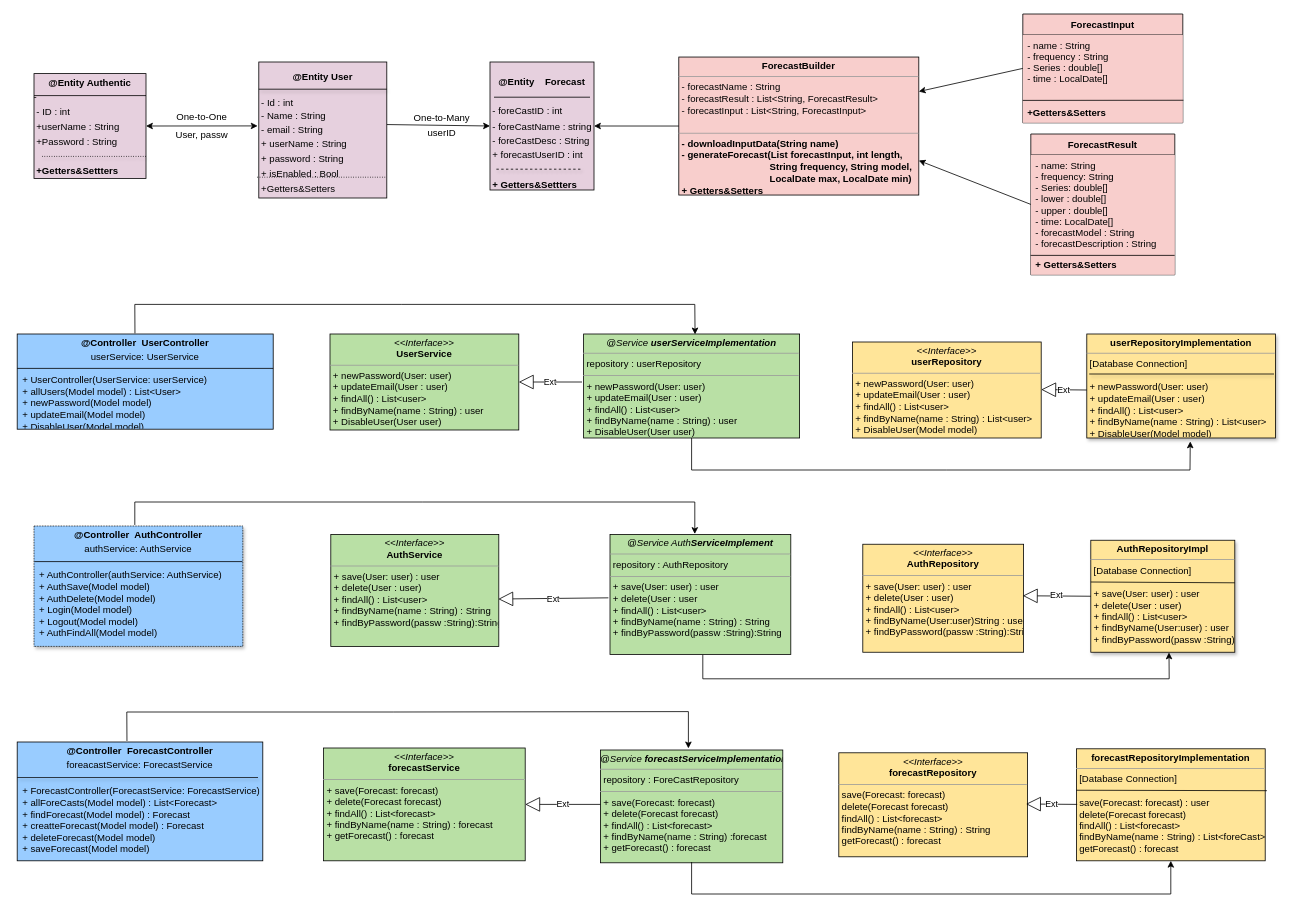
Before: Class diagram/ClassDiagramV6.drawio in HBV501Group8/Verkefni, a draw.io diagram. Source tidied: cells renumbered, new cells numbered last; positions are measured from the earlier drawing's top-left corner, leaving out a move shared by most shapes. Both pictures are drawn from the tidied source at 80%, with x=0, y=0 at pixel (17, 14).
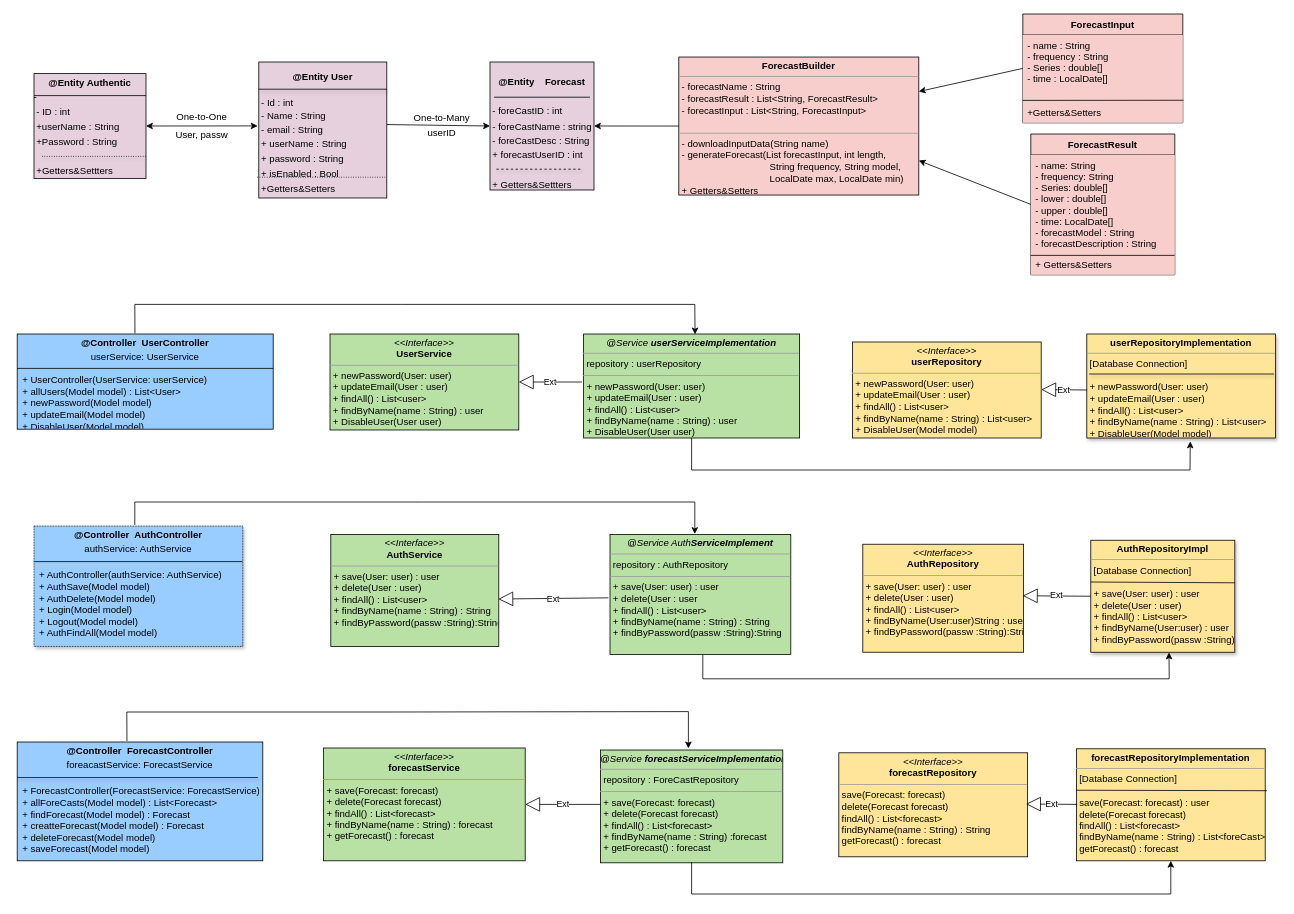
Above is the later version.

Unchanged cells that the change refers to:
```xml
<mxCell id="10" value="ForecastInput" style="swimlane;fontStyle=1;align=center;verticalAlign=top;horizontal=1;startSize=26;fillColor=#F8CECC;" parent="1" vertex="1">
  <mxGeometry x="1257" width="200" height="136" as="geometry" />
</mxCell>
<mxCell id="41" value="ForecastResult" style="swimlane;fontStyle=1;align=center;verticalAlign=top;horizontal=1;startSize=26;fillColor=#F8CECC;" parent="1" vertex="1">
  <mxGeometry x="1267" y="150" width="180" height="176" as="geometry" />
</mxCell>
```

What changed in the source:
```diff
@@
-    <mxCell id="9" value="&lt;p style=&quot;margin: 0px ; margin-top: 4px ; text-align: center&quot;&gt;&lt;br&gt;&lt;b&gt;@Entity&amp;nbsp; &amp;nbsp; Forecast&lt;/b&gt;&lt;/p&gt;&lt;p style=&quot;margin: 4px 0px 0px&quot;&gt;&lt;b&gt;&lt;br&gt;&lt;/b&gt;&lt;/p&gt;&lt;p style=&quot;margin: 4px 0px 0px&quot;&gt;&amp;nbsp;- foreCastID : int&lt;/p&gt;&lt;p style=&quot;margin: 4px 0px 0px&quot;&gt;&amp;nbsp;- foreCastName : string&lt;/p&gt;&lt;p style=&quot;margin: 4px 0px 0px&quot;&gt;&amp;nbsp;- foreCastDesc : String&lt;/p&gt;&lt;p style=&quot;margin: 4px 0px 0px&quot;&gt;&amp;nbsp;+ forecastUserID : int&lt;/p&gt;&lt;p style=&quot;margin: 4px 0px 0px&quot;&gt;&lt;b&gt;&lt;br&gt;&lt;/b&gt;&lt;/p&gt;&lt;p style=&quot;margin: 4px 0px 0px&quot;&gt;&lt;b&gt;&amp;nbsp;+ Getters&amp;amp;Settters&amp;nbsp;&lt;/b&gt;&lt;/p&gt;" style="verticalAlign=top;align=left;overflow=fill;fontSize=12;fontFamily=Helvetica;html=1;shadow=0;fillColor=#E6D0DE;" parent="1" vertex="1">
+    <mxCell id="9" value="&lt;p style=&quot;margin: 0px ; margin-top: 4px ; text-align: center&quot;&gt;&lt;br&gt;&lt;b&gt;@Entity&amp;nbsp; &amp;nbsp; Forecast&lt;/b&gt;&lt;/p&gt;&lt;p style=&quot;margin: 4px 0px 0px&quot;&gt;&lt;b&gt;&lt;br&gt;&lt;/b&gt;&lt;/p&gt;&lt;p style=&quot;margin: 4px 0px 0px&quot;&gt;&amp;nbsp;- foreCastID : int&lt;/p&gt;&lt;p style=&quot;margin: 4px 0px 0px&quot;&gt;&amp;nbsp;- foreCastName : string&lt;/p&gt;&lt;p style=&quot;margin: 4px 0px 0px&quot;&gt;&amp;nbsp;- foreCastDesc : String&lt;/p&gt;&lt;p style=&quot;margin: 4px 0px 0px&quot;&gt;&amp;nbsp;+ forecastUserID : int&lt;/p&gt;&lt;p style=&quot;margin: 4px 0px 0px&quot;&gt;&lt;b&gt;&lt;br&gt;&lt;/b&gt;&lt;/p&gt;&lt;p style=&quot;margin: 4px 0px 0px&quot;&gt;&amp;nbsp;+ Getters&amp;amp;Settters&amp;nbsp;&lt;/p&gt;" style="verticalAlign=top;align=left;overflow=fill;fontSize=12;fontFamily=Helvetica;html=1;shadow=0;fillColor=#E6D0DE;" parent="1" vertex="1">
       <mxGeometry x="591" y="60" width="130" height="160" as="geometry" />
     </mxCell>
@@
-    <mxCell id="12" value="+Getters&amp;Setters" style="text;strokeColor=none;align=left;verticalAlign=top;spacingLeft=4;spacingRight=4;overflow=hidden;fontStyle=1;fillColor=#F8CECC;" parent="10" vertex="1">
+    <mxCell id="12" value="+Getters&amp;Setters" style="text;strokeColor=none;align=left;verticalAlign=top;spacingLeft=4;spacingRight=4;overflow=hidden;fontStyle=0;fillColor=#F8CECC;" parent="10" vertex="1">
       <mxGeometry y="110" width="200" height="26" as="geometry" />
     </mxCell>
@@
-    <mxCell id="24" value="&lt;p style=&quot;margin: 0px ; margin-top: 4px ; text-align: center&quot;&gt;&lt;b&gt;@Entity Authentic&lt;/b&gt;&lt;/p&gt;&lt;p style=&quot;margin: 4px 0px 0px&quot;&gt;&lt;span&gt;-&lt;/span&gt;&lt;/p&gt;&lt;p style=&quot;margin: 4px 0px 0px&quot;&gt;&lt;span&gt;&amp;nbsp;- ID : int&lt;/span&gt;&lt;br&gt;&lt;/p&gt;&lt;p style=&quot;margin: 4px 0px 0px&quot;&gt;&amp;nbsp;+userName : String&lt;span&gt;&lt;br&gt;&lt;/span&gt;&lt;/p&gt;&lt;p style=&quot;margin: 4px 0px 0px&quot;&gt;&lt;span&gt;&amp;nbsp;+Password : String&lt;/span&gt;&lt;br&gt;&lt;/p&gt;&lt;p style=&quot;margin: 4px 0px 0px&quot;&gt;&lt;br&gt;&lt;/p&gt;&lt;p style=&quot;margin: 4px 0px 0px&quot;&gt;&lt;b&gt;&amp;nbsp;+Getters&amp;amp;Settters&amp;nbsp;&lt;/b&gt;&lt;br&gt;&lt;/p&gt;" style="verticalAlign=top;align=left;overflow=fill;fontSize=12;fontFamily=Helvetica;html=1;shadow=0;fillColor=#E6D0DE;" parent="1" vertex="1">
+    <mxCell id="24" value="&lt;p style=&quot;margin: 0px ; margin-top: 4px ; text-align: center&quot;&gt;&lt;b&gt;@Entity Authentic&lt;/b&gt;&lt;/p&gt;&lt;p style=&quot;margin: 4px 0px 0px&quot;&gt;&lt;span&gt;-&lt;/span&gt;&lt;/p&gt;&lt;p style=&quot;margin: 4px 0px 0px&quot;&gt;&lt;span&gt;&amp;nbsp;- ID : int&lt;/span&gt;&lt;br&gt;&lt;/p&gt;&lt;p style=&quot;margin: 4px 0px 0px&quot;&gt;&amp;nbsp;+userName : String&lt;span&gt;&lt;br&gt;&lt;/span&gt;&lt;/p&gt;&lt;p style=&quot;margin: 4px 0px 0px&quot;&gt;&lt;span&gt;&amp;nbsp;+Password : String&lt;/span&gt;&lt;br&gt;&lt;/p&gt;&lt;p style=&quot;margin: 4px 0px 0px&quot;&gt;&lt;br&gt;&lt;/p&gt;&lt;p style=&quot;margin: 4px 0px 0px&quot;&gt;&lt;b&gt;&amp;nbsp;&lt;/b&gt;+Getters&amp;amp;Settters&amp;nbsp;&lt;br&gt;&lt;/p&gt;" style="verticalAlign=top;align=left;overflow=fill;fontSize=12;fontFamily=Helvetica;html=1;shadow=0;fillColor=#E6D0DE;" parent="1" vertex="1">
       <mxGeometry x="21" y="74.5" width="140" height="131" as="geometry" />
     </mxCell>
@@
-    <mxCell id="36" value="&lt;p style=&quot;margin: 0px ; margin-top: 4px ; text-align: center&quot;&gt;&lt;b&gt;ForecastBuilder&lt;/b&gt;&lt;/p&gt;&lt;hr size=&quot;1&quot;&gt;&lt;p style=&quot;margin: 0px ; margin-left: 4px&quot;&gt;- forecastName : String&lt;/p&gt;&lt;p style=&quot;margin: 0px ; margin-left: 4px&quot;&gt;- forecastResult : List&amp;lt;String, ForecastResult&amp;gt;&lt;/p&gt;&lt;p style=&quot;margin: 0px ; margin-left: 4px&quot;&gt;- forecastInput : List&amp;lt;String, ForecastInput&amp;gt;&lt;/p&gt;&lt;br&gt;&lt;hr size=&quot;1&quot;&gt;&lt;p style=&quot;margin: 0px ; margin-left: 4px&quot;&gt;&lt;b&gt;- downloadInputData(String name)&lt;/b&gt;&lt;/p&gt;&lt;p style=&quot;margin: 0px ; margin-left: 4px&quot;&gt;&lt;b&gt;- generateForecast(List forecastInput, int length,&lt;/b&gt;&lt;/p&gt;&lt;p style=&quot;margin: 0px ; margin-left: 4px&quot;&gt;&lt;b&gt;&amp;nbsp; &amp;nbsp; &amp;nbsp; &amp;nbsp; &amp;nbsp; &amp;nbsp; &amp;nbsp; &amp;nbsp; &amp;nbsp; &amp;nbsp; &amp;nbsp; &amp;nbsp; &amp;nbsp; &amp;nbsp; &amp;nbsp; &amp;nbsp; &amp;nbsp;String frequency, String model,&lt;/b&gt;&lt;/p&gt;&lt;p style=&quot;margin: 0px ; margin-left: 4px&quot;&gt;&lt;b&gt;&amp;nbsp; &amp;nbsp; &amp;nbsp; &amp;nbsp; &amp;nbsp; &amp;nbsp; &amp;nbsp; &amp;nbsp; &amp;nbsp; &amp;nbsp; &amp;nbsp; &amp;nbsp; &amp;nbsp; &amp;nbsp; &amp;nbsp; &amp;nbsp; &amp;nbsp;LocalDate max, LocalDate min)&amp;nbsp;&lt;/b&gt;&lt;/p&gt;&lt;p style=&quot;margin: 0px ; margin-left: 4px&quot;&gt;&lt;b&gt;+ Getters&amp;amp;Setters&lt;/b&gt;&lt;/p&gt;&lt;span style=&quot;color: rgb(0 , 98 , 122) ; background-color: rgb(255 , 255 , 255) ; font-family: &amp;#34;jetbrains mono&amp;#34; , monospace ; font-size: 9.8pt&quot;&gt;&lt;br&gt;&lt;br&gt;&lt;/span&gt;&lt;p style=&quot;margin: 0px ; margin-left: 4px&quot;&gt;&lt;b&gt;&amp;nbsp;&lt;/b&gt;&lt;/p&gt;" style="verticalAlign=top;align=left;overflow=fill;fontSize=12;fontFamily=Helvetica;html=1;fillColor=#F8CECC;" parent="1" vertex="1">
+    <mxCell id="36" value="&lt;p style=&quot;margin: 0px ; margin-top: 4px ; text-align: center&quot;&gt;&lt;b&gt;ForecastBuilder&lt;/b&gt;&lt;/p&gt;&lt;hr size=&quot;1&quot;&gt;&lt;p style=&quot;margin: 0px ; margin-left: 4px&quot;&gt;- forecastName : String&lt;/p&gt;&lt;p style=&quot;margin: 0px ; margin-left: 4px&quot;&gt;- forecastResult : List&amp;lt;String, ForecastResult&amp;gt;&lt;/p&gt;&lt;p style=&quot;margin: 0px ; margin-left: 4px&quot;&gt;- forecastInput : List&amp;lt;String, ForecastInput&amp;gt;&lt;/p&gt;&lt;br&gt;&lt;hr size=&quot;1&quot;&gt;&lt;p style=&quot;margin: 0px ; margin-left: 4px&quot;&gt;- downloadInputData(String name)&lt;/p&gt;&lt;p style=&quot;margin: 0px ; margin-left: 4px&quot;&gt;- generateForecast(List forecastInput, int length,&lt;/p&gt;&lt;p style=&quot;margin: 0px ; margin-left: 4px&quot;&gt;&amp;nbsp; &amp;nbsp; &amp;nbsp; &amp;nbsp; &amp;nbsp; &amp;nbsp; &amp;nbsp; &amp;nbsp; &amp;nbsp; &amp;nbsp; &amp;nbsp; &amp;nbsp; &amp;nbsp; &amp;nbsp; &amp;nbsp; &amp;nbsp; &amp;nbsp;String frequency, String model,&lt;/p&gt;&lt;p style=&quot;margin: 0px ; margin-left: 4px&quot;&gt;&amp;nbsp; &amp;nbsp; &amp;nbsp; &amp;nbsp; &amp;nbsp; &amp;nbsp; &amp;nbsp; &amp;nbsp; &amp;nbsp; &amp;nbsp; &amp;nbsp; &amp;nbsp; &amp;nbsp; &amp;nbsp; &amp;nbsp; &amp;nbsp; &amp;nbsp;LocalDate max, LocalDate min)&amp;nbsp;&lt;/p&gt;&lt;p style=&quot;margin: 0px ; margin-left: 4px&quot;&gt;+ Getters&amp;amp;Setters&lt;/p&gt;&lt;span style=&quot;color: rgb(0 , 98 , 122) ; background-color: rgb(255 , 255 , 255) ; font-family: &amp;#34;jetbrains mono&amp;#34; , monospace ; font-size: 9.8pt&quot;&gt;&lt;br&gt;&lt;br&gt;&lt;/span&gt;&lt;p style=&quot;margin: 0px ; margin-left: 4px&quot;&gt;&lt;b&gt;&amp;nbsp;&lt;/b&gt;&lt;/p&gt;" style="verticalAlign=top;align=left;overflow=fill;fontSize=12;fontFamily=Helvetica;html=1;fillColor=#F8CECC;" parent="1" vertex="1">
       <mxGeometry x="827" y="53.8" width="300" height="172.5" as="geometry" />
     </mxCell>
@@
-    <mxCell id="43" value="+ Getters&amp;Setters" style="text;strokeColor=none;align=left;verticalAlign=top;spacingLeft=4;spacingRight=4;overflow=hidden;points=[[0,0.5],[1,0.5]];portConstraint=eastwest;fontStyle=1;fillColor=#F8CECC;" parent="41" vertex="1">
+    <mxCell id="43" value="+ Getters&amp;Setters" style="text;strokeColor=none;align=left;verticalAlign=top;spacingLeft=4;spacingRight=4;overflow=hidden;points=[[0,0.5],[1,0.5]];portConstraint=eastwest;fontStyle=0;fillColor=#F8CECC;" parent="41" vertex="1">
       <mxGeometry y="150" width="180" height="26" as="geometry" />
     </mxCell>
```
